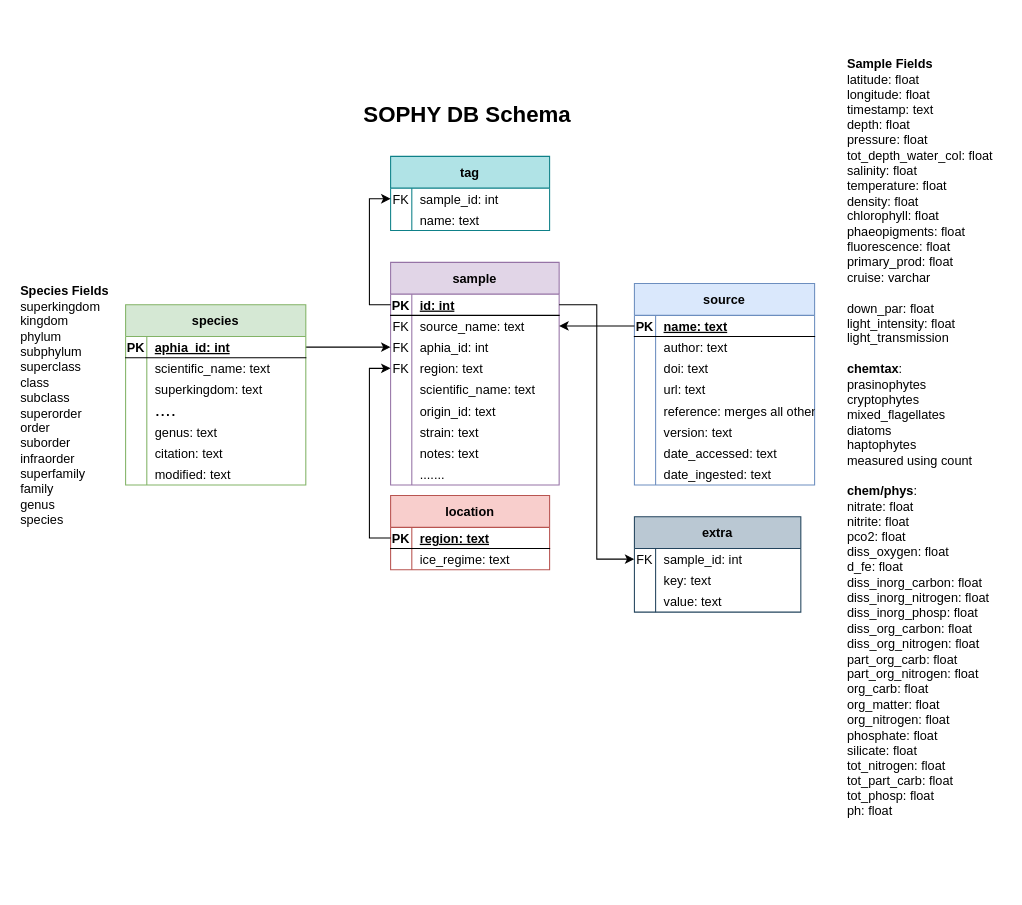
This is page "schema_v6" (5 of 5) of schemas/sophy.drawio from ayushnag/sophy, a draw.io file, before an edit. Source tidied: cells renumbered, new cells numbered last; positions are measured from the earlier drawing's top-left corner, leaving out a move shared by most shapes. Both pictures are drawn from the tidied source at 106%, with x=0, y=0 at pixel (18, 66).
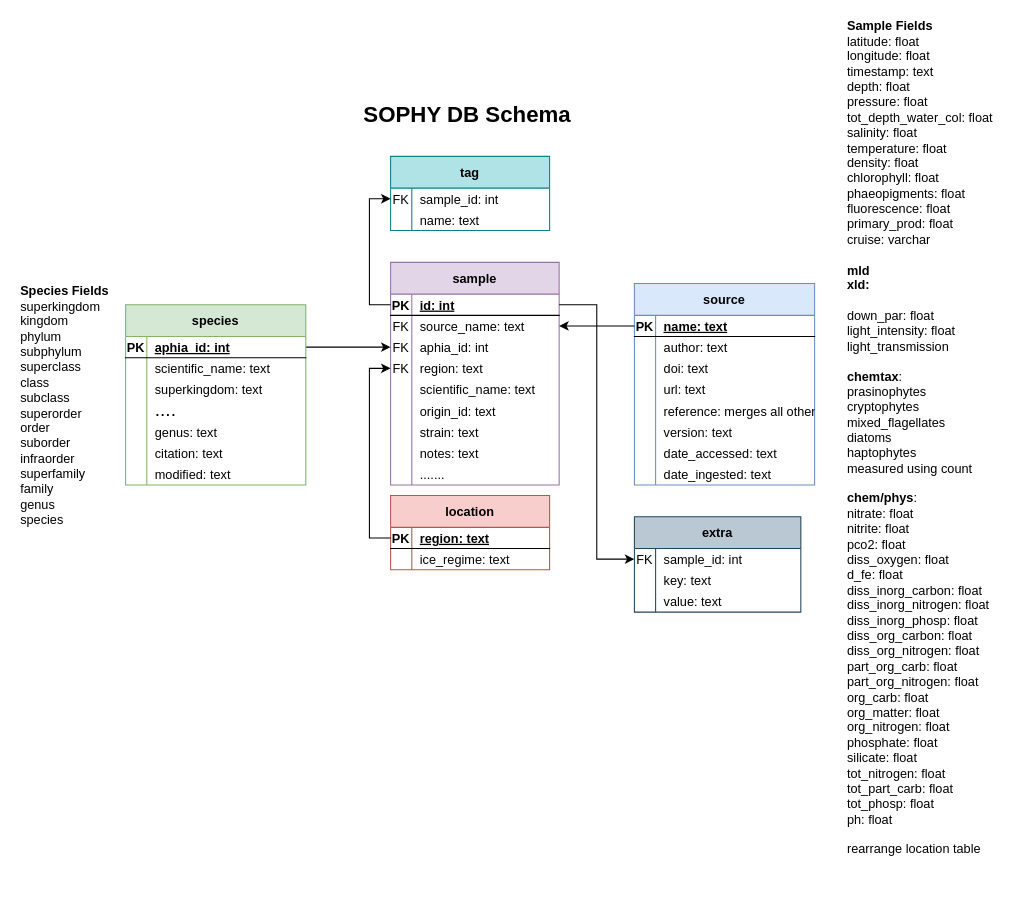
After the change.

Change to the diagram source:
```diff
@@
-    <mxCell id="84" value="&lt;b&gt;Sample Fields&lt;br&gt;&lt;/b&gt;latitude: float&lt;br&gt;longitude: float&lt;br&gt;timestamp: text&lt;br&gt;depth: float&lt;br&gt;pressure: float&lt;br&gt;tot_depth_water_col: float&lt;br&gt;salinity: float&lt;br&gt;temperature: float&lt;br&gt;density: float&lt;br&gt;&lt;div&gt;chlorophyll: float&lt;/div&gt;&lt;div&gt;phaeopigments: float&lt;/div&gt;&lt;div&gt;fluorescence: float&lt;/div&gt;&lt;div&gt;primary_prod: float&lt;/div&gt;&lt;div&gt;cruise: varchar&lt;/div&gt;&lt;div&gt;&lt;br&gt;&lt;/div&gt;&lt;div&gt;down_par: float&lt;/div&gt;&lt;div&gt;light_intensity: float&lt;/div&gt;&lt;div&gt;light_transmission&lt;/div&gt;&lt;div&gt;&lt;br&gt;&lt;/div&gt;&lt;div&gt;&lt;b&gt;chemtax&lt;/b&gt;:&lt;/div&gt;&lt;div&gt;prasinophytes&lt;/div&gt;&lt;div&gt;cryptophytes&lt;/div&gt;&lt;div&gt;mixed_flagellates&lt;/div&gt;&lt;div&gt;diatoms&lt;/div&gt;&lt;div&gt;haptophytes&lt;/div&gt;&lt;div&gt;measured using count&lt;/div&gt;&lt;div&gt;&lt;br&gt;&lt;/div&gt;&lt;div&gt;&lt;b&gt;chem/phys&lt;/b&gt;:&lt;/div&gt;&lt;div&gt;&lt;div&gt;nitrate: float&lt;/div&gt;&lt;div&gt;nitrite: float&lt;/div&gt;&lt;div&gt;&lt;span&gt;pco2: float&lt;/span&gt;&lt;br&gt;&lt;/div&gt;&lt;div&gt;diss_oxygen: float&lt;/div&gt;&lt;div&gt;d_fe: float&lt;/div&gt;&lt;div&gt;diss_inorg_carbon: float&lt;/div&gt;&lt;div&gt;diss_inorg_nitrogen: float&lt;/div&gt;&lt;div&gt;diss_inorg_phosp: float&lt;/div&gt;&lt;div&gt;diss_org_carbon: float&lt;/div&gt;&lt;div&gt;diss_org_nitrogen: float&lt;/div&gt;&lt;div&gt;part_org_carb: float&lt;/div&gt;&lt;div&gt;part_org_nitrogen: float&lt;/div&gt;&lt;div&gt;org_carb: float&lt;/div&gt;&lt;div&gt;org_matter: float&lt;/div&gt;&lt;div&gt;org_nitrogen: float&lt;/div&gt;&lt;div&gt;phosphate: float&lt;/div&gt;&lt;div&gt;silicate: float&lt;/div&gt;&lt;div&gt;tot_nitrogen: float&lt;/div&gt;&lt;div&gt;tot_part_carb: float&lt;/div&gt;&lt;div&gt;tot_phosp: float&lt;/div&gt;&lt;div&gt;&lt;span&gt;ph: float&lt;/span&gt;&lt;br&gt;&lt;/div&gt;&lt;/div&gt;&lt;div&gt;&lt;br&gt;&lt;/div&gt;&lt;div&gt;&lt;br&gt;&lt;/div&gt;" style="text;html=1;align=left;verticalAlign=middle;strokeColor=none;fillColor=none;fontSize=12;" parent="1" vertex="1">
-      <mxGeometry x="780" width="150" height="730" as="geometry" />
+    <mxCell id="84" value="&lt;b&gt;Sample Fields&lt;br&gt;&lt;/b&gt;latitude: float&lt;br&gt;longitude: float&lt;br&gt;timestamp: text&lt;br&gt;depth: float&lt;br&gt;pressure: float&lt;br&gt;tot_depth_water_col: float&lt;br&gt;salinity: float&lt;br&gt;temperature: float&lt;br&gt;density: float&lt;br&gt;&lt;div&gt;chlorophyll: float&lt;/div&gt;&lt;div&gt;phaeopigments: float&lt;/div&gt;&lt;div&gt;fluorescence: float&lt;/div&gt;&lt;div&gt;primary_prod: float&lt;/div&gt;&lt;div&gt;cruise: varchar&lt;/div&gt;&lt;div&gt;&lt;br&gt;&lt;/div&gt;&lt;div&gt;&lt;b&gt;mld&lt;/b&gt;&lt;/div&gt;&lt;div&gt;&lt;b&gt;xld:&lt;/b&gt;&lt;/div&gt;&lt;div&gt;&lt;br&gt;&lt;/div&gt;&lt;div&gt;down_par: float&lt;/div&gt;&lt;div&gt;light_intensity: float&lt;/div&gt;&lt;div&gt;light_transmission&lt;/div&gt;&lt;div&gt;&lt;br&gt;&lt;/div&gt;&lt;div&gt;&lt;b&gt;chemtax&lt;/b&gt;:&lt;/div&gt;&lt;div&gt;prasinophytes&lt;/div&gt;&lt;div&gt;cryptophytes&lt;/div&gt;&lt;div&gt;mixed_flagellates&lt;/div&gt;&lt;div&gt;diatoms&lt;/div&gt;&lt;div&gt;haptophytes&lt;/div&gt;&lt;div&gt;measured using count&lt;/div&gt;&lt;div&gt;&lt;br&gt;&lt;/div&gt;&lt;div&gt;&lt;b&gt;chem/phys&lt;/b&gt;:&lt;/div&gt;&lt;div&gt;&lt;div&gt;nitrate: float&lt;/div&gt;&lt;div&gt;nitrite: float&lt;/div&gt;&lt;div&gt;&lt;span&gt;pco2: float&lt;/span&gt;&lt;br&gt;&lt;/div&gt;&lt;div&gt;diss_oxygen: float&lt;/div&gt;&lt;div&gt;d_fe: float&lt;/div&gt;&lt;div&gt;diss_inorg_carbon: float&lt;/div&gt;&lt;div&gt;diss_inorg_nitrogen: float&lt;/div&gt;&lt;div&gt;diss_inorg_phosp: float&lt;/div&gt;&lt;div&gt;diss_org_carbon: float&lt;/div&gt;&lt;div&gt;diss_org_nitrogen: float&lt;/div&gt;&lt;div&gt;part_org_carb: float&lt;/div&gt;&lt;div&gt;part_org_nitrogen: float&lt;/div&gt;&lt;div&gt;org_carb: float&lt;/div&gt;&lt;div&gt;org_matter: float&lt;/div&gt;&lt;div&gt;org_nitrogen: float&lt;/div&gt;&lt;div&gt;phosphate: float&lt;/div&gt;&lt;div&gt;silicate: float&lt;/div&gt;&lt;div&gt;tot_nitrogen: float&lt;/div&gt;&lt;div&gt;tot_part_carb: float&lt;/div&gt;&lt;div&gt;tot_phosp: float&lt;/div&gt;&lt;div&gt;&lt;span&gt;ph: float&lt;/span&gt;&lt;br&gt;&lt;/div&gt;&lt;/div&gt;&lt;div&gt;&lt;span&gt;&lt;br&gt;&lt;/span&gt;&lt;/div&gt;&lt;div&gt;&lt;span&gt;rearrange location table&lt;/span&gt;&lt;/div&gt;&lt;div&gt;&lt;br&gt;&lt;/div&gt;&lt;div&gt;&lt;br&gt;&lt;/div&gt;" style="text;html=1;align=left;verticalAlign=middle;strokeColor=none;fillColor=none;fontSize=12;" parent="1" vertex="1">
+      <mxGeometry x="780" y="-35" width="150" height="800" as="geometry" />
     </mxCell>
```
